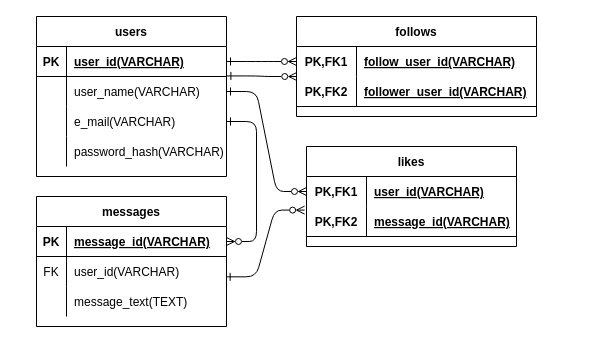
This is docs/ER.drawio from shinbunbun/sns, a draw.io file, before an edit. Source tidied: cells renumbered, new cells numbered last; positions are measured from the earlier drawing's top-left corner, leaving out a move shared by most shapes. Both pictures are drawn from the tidied source at 100%, with x=0, y=0 at pixel (36, 16).
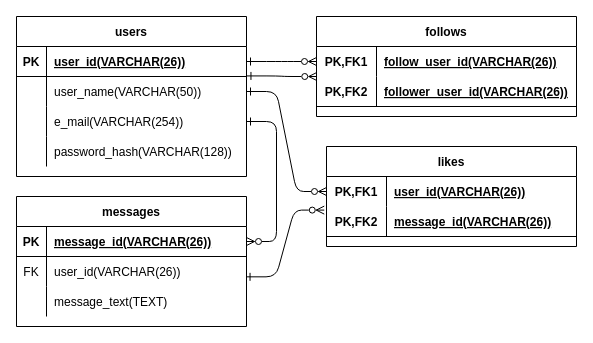
After the change.

Commit message (it also covers changes not shown here):
VARCHARの長さを追加

Change to the diagram source:
```diff
@@
     <mxCell id="2" value="users" style="shape=table;startSize=30;childLayout=tableLayout;rowLines=0;fontStyle=1;align=center;" parent="1" vertex="1">
-      <mxGeometry width="190" height="160" as="geometry" />
+      <mxGeometry x="-20" width="230" height="160" as="geometry" />
     </mxCell>
     <mxCell id="3" style="shape=partialRectangle;fillColor=none;top=0;left=0;bottom=1;right=0;points=[[0,0.5],[1,0.5]];portConstraint=eastwest;" parent="2" vertex="1">
-      <mxGeometry y="30" width="190" height="30" as="geometry" />
+      <mxGeometry y="30" width="230" height="30" as="geometry" />
     </mxCell>
@@
-    <mxCell id="5" value="user_id(VARCHAR)" style="shape=partialRectangle;fillColor=none;top=0;left=0;bottom=0;right=0;align=left;spacingLeft=6;fontStyle=5;overflow=hidden;" parent="3" vertex="1">
-      <mxGeometry x="30" width="160" height="30" as="geometry" />
+    <mxCell id="5" value="user_id(VARCHAR(26))" style="shape=partialRectangle;fillColor=none;top=0;left=0;bottom=0;right=0;align=left;spacingLeft=6;fontStyle=5;overflow=hidden;" parent="3" vertex="1">
+      <mxGeometry x="30" width="200" height="30" as="geometry" />
     </mxCell>
     <mxCell id="6" style="shape=partialRectangle;fillColor=none;top=0;left=0;bottom=0;right=0;points=[[0,0.5],[1,0.5]];portConstraint=eastwest;" parent="2" vertex="1">
-      <mxGeometry y="60" width="190" height="30" as="geometry" />
+      <mxGeometry y="60" width="230" height="30" as="geometry" />
     </mxCell>
@@
-    <mxCell id="8" value="user_name(VARCHAR)" style="shape=partialRectangle;fillColor=none;top=0;left=0;bottom=0;right=0;align=left;spacingLeft=6;overflow=hidden;" parent="6" vertex="1">
-      <mxGeometry x="30" width="160" height="30" as="geometry" />
+    <mxCell id="8" value="user_name(VARCHAR(50))" style="shape=partialRectangle;fillColor=none;top=0;left=0;bottom=0;right=0;align=left;spacingLeft=6;overflow=hidden;" parent="6" vertex="1">
+      <mxGeometry x="30" width="200" height="30" as="geometry" />
     </mxCell>
     <mxCell id="9" style="shape=partialRectangle;fillColor=none;top=0;left=0;bottom=0;right=0;points=[[0,0.5],[1,0.5]];portConstraint=eastwest;" parent="2" vertex="1">
-      <mxGeometry y="90" width="190" height="30" as="geometry" />
+      <mxGeometry y="90" width="230" height="30" as="geometry" />
     </mxCell>
@@
-    <mxCell id="11" value="e_mail(VARCHAR)" style="shape=partialRectangle;fillColor=none;top=0;left=0;bottom=0;right=0;align=left;spacingLeft=6;overflow=hidden;" parent="9" vertex="1">
-      <mxGeometry x="30" width="160" height="30" as="geometry" />
+    <mxCell id="11" value="e_mail(VARCHAR(254))" style="shape=partialRectangle;fillColor=none;top=0;left=0;bottom=0;right=0;align=left;spacingLeft=6;overflow=hidden;" parent="9" vertex="1">
+      <mxGeometry x="30" width="200" height="30" as="geometry" />
     </mxCell>
     <mxCell id="12" style="shape=partialRectangle;fillColor=none;top=0;left=0;bottom=0;right=0;" parent="2" vertex="1">
-      <mxGeometry y="120" width="190" height="30" as="geometry" />
+      <mxGeometry y="120" width="230" height="30" as="geometry" />
     </mxCell>
@@
-    <mxCell id="14" value="password_hash(VARCHAR)" style="shape=partialRectangle;fillColor=none;top=0;left=0;bottom=0;right=0;align=left;spacingLeft=6;overflow=hidden;" parent="12" vertex="1">
-      <mxGeometry x="30" width="160" height="30" as="geometry" />
+    <mxCell id="14" value="password_hash(VARCHAR(128))" style="shape=partialRectangle;fillColor=none;top=0;left=0;bottom=0;right=0;align=left;spacingLeft=6;overflow=hidden;" parent="12" vertex="1">
+      <mxGeometry x="30" width="200" height="30" as="geometry" />
     </mxCell>
@@
     <mxCell id="16" value="messages" style="shape=table;startSize=30;childLayout=tableLayout;rowLines=0;fontStyle=1;align=center;" parent="1" vertex="1">
-      <mxGeometry y="180" width="190" height="130" as="geometry" />
+      <mxGeometry x="-20" y="180" width="230" height="130" as="geometry" />
     </mxCell>
     <mxCell id="17" style="shape=partialRectangle;fillColor=none;top=0;left=0;bottom=1;right=0;points=[[0,0.5],[1,0.5]];portConstraint=eastwest;" parent="16" vertex="1">
-      <mxGeometry y="30" width="190" height="30" as="geometry" />
+      <mxGeometry y="30" width="230" height="30" as="geometry" />
     </mxCell>
@@
-    <mxCell id="19" value="message_id(VARCHAR)" style="shape=partialRectangle;fillColor=none;top=0;left=0;bottom=0;right=0;align=left;spacingLeft=6;fontStyle=5;overflow=hidden;" parent="17" vertex="1">
-      <mxGeometry x="30" width="160" height="30" as="geometry" />
+    <mxCell id="19" value="message_id(VARCHAR(26))" style="shape=partialRectangle;fillColor=none;top=0;left=0;bottom=0;right=0;align=left;spacingLeft=6;fontStyle=5;overflow=hidden;" parent="17" vertex="1">
+      <mxGeometry x="30" width="200" height="30" as="geometry" />
     </mxCell>
     <mxCell id="20" style="shape=partialRectangle;fillColor=none;top=0;left=0;bottom=0;right=0;points=[[0,0.5],[1,0.5]];portConstraint=eastwest;" parent="16" vertex="1">
-      <mxGeometry y="60" width="190" height="30" as="geometry" />
+      <mxGeometry y="60" width="230" height="30" as="geometry" />
     </mxCell>
@@
-    <mxCell id="22" value="user_id(VARCHAR)" style="shape=partialRectangle;fillColor=none;top=0;left=0;bottom=0;right=0;align=left;spacingLeft=6;overflow=hidden;" parent="20" vertex="1">
-      <mxGeometry x="30" width="160" height="30" as="geometry" />
+    <mxCell id="22" value="user_id(VARCHAR(26))" style="shape=partialRectangle;fillColor=none;top=0;left=0;bottom=0;right=0;align=left;spacingLeft=6;overflow=hidden;" parent="20" vertex="1">
+      <mxGeometry x="30" width="200" height="30" as="geometry" />
     </mxCell>
     <mxCell id="23" style="shape=partialRectangle;fillColor=none;top=0;left=0;bottom=0;right=0;" parent="16" vertex="1">
-      <mxGeometry y="90" width="190" height="30" as="geometry" />
+      <mxGeometry y="90" width="230" height="30" as="geometry" />
     </mxCell>
@@
     <mxCell id="25" value="message_text(TEXT)" style="shape=partialRectangle;fillColor=none;top=0;left=0;bottom=0;right=0;align=left;spacingLeft=6;overflow=hidden;" parent="23" vertex="1">
-      <mxGeometry x="30" width="160" height="30" as="geometry" />
+      <mxGeometry x="30" width="200" height="30" as="geometry" />
     </mxCell>
     <mxCell id="26" value="follows" style="shape=table;startSize=30;childLayout=tableLayout;rowLines=0;fontStyle=1;align=center;" parent="1" vertex="1">
-      <mxGeometry x="260" width="240" height="100" as="geometry" />
+      <mxGeometry x="280" width="260" height="100" as="geometry" />
     </mxCell>
     <mxCell id="27" style="shape=partialRectangle;fillColor=none;top=0;left=0;bottom=0;right=0;points=[[0,0.5],[1,0.5]];portConstraint=eastwest;" parent="26" vertex="1">
-      <mxGeometry y="30" width="240" height="30" as="geometry" />
+      <mxGeometry y="30" width="260" height="30" as="geometry" />
     </mxCell>
@@
-    <mxCell id="29" value="follow_user_id(VARCHAR)" style="shape=partialRectangle;fillColor=none;top=0;left=0;bottom=0;right=0;align=left;spacingLeft=6;fontStyle=5;overflow=hidden;" parent="27" vertex="1">
-      <mxGeometry x="60" width="180" height="30" as="geometry" />
+    <mxCell id="29" value="follow_user_id(VARCHAR(26))" style="shape=partialRectangle;fillColor=none;top=0;left=0;bottom=0;right=0;align=left;spacingLeft=6;fontStyle=5;overflow=hidden;" parent="27" vertex="1">
+      <mxGeometry x="60" width="200" height="30" as="geometry" />
     </mxCell>
     <mxCell id="30" style="shape=partialRectangle;fillColor=none;top=0;left=0;bottom=1;right=0;points=[[0,0.5],[1,0.5]];portConstraint=eastwest;" parent="26" vertex="1">
-      <mxGeometry y="60" width="240" height="30" as="geometry" />
+      <mxGeometry y="60" width="260" height="30" as="geometry" />
     </mxCell>
@@
-    <mxCell id="32" value="follower_user_id(VARCHAR)" style="shape=partialRectangle;fillColor=none;top=0;left=0;bottom=0;right=0;align=left;spacingLeft=6;fontStyle=5;overflow=hidden;" parent="30" vertex="1">
-      <mxGeometry x="60" width="180" height="30" as="geometry" />
+    <mxCell id="32" value="follower_user_id(VARCHAR(26))" style="shape=partialRectangle;fillColor=none;top=0;left=0;bottom=0;right=0;align=left;spacingLeft=6;fontStyle=5;overflow=hidden;" parent="30" vertex="1">
+      <mxGeometry x="60" width="200" height="30" as="geometry" />
     </mxCell>
     <mxCell id="33" value="likes" style="shape=table;startSize=30;childLayout=tableLayout;rowLines=0;fontStyle=1;align=center;" parent="1" vertex="1">
-      <mxGeometry x="270" y="130" width="210" height="100" as="geometry" />
+      <mxGeometry x="290" y="130" width="250" height="100" as="geometry" />
     </mxCell>
     <mxCell id="34" style="shape=partialRectangle;fillColor=none;top=0;left=0;bottom=0;right=0;points=[[0,0.5],[1,0.5]];portConstraint=eastwest;" parent="33" vertex="1">
-      <mxGeometry y="30" width="210" height="30" as="geometry" />
+      <mxGeometry y="30" width="250" height="30" as="geometry" />
     </mxCell>
@@
-    <mxCell id="36" value="user_id(VARCHAR)" style="shape=partialRectangle;fillColor=none;top=0;left=0;bottom=0;right=0;align=left;spacingLeft=6;fontStyle=5;overflow=hidden;" parent="34" vertex="1">
-      <mxGeometry x="60" width="150" height="30" as="geometry" />
+    <mxCell id="36" value="user_id(VARCHAR(26))" style="shape=partialRectangle;fillColor=none;top=0;left=0;bottom=0;right=0;align=left;spacingLeft=6;fontStyle=5;overflow=hidden;" parent="34" vertex="1">
+      <mxGeometry x="60" width="190" height="30" as="geometry" />
     </mxCell>
     <mxCell id="37" style="shape=partialRectangle;fillColor=none;top=0;left=0;bottom=1;right=0;" parent="33" vertex="1">
-      <mxGeometry y="60" width="210" height="30" as="geometry" />
+      <mxGeometry y="60" width="250" height="30" as="geometry" />
     </mxCell>
@@
-    <mxCell id="39" value="message_id(VARCHAR)" style="shape=partialRectangle;fillColor=none;top=0;left=0;bottom=0;right=0;align=left;spacingLeft=6;fontStyle=5;overflow=hidden;" parent="37" vertex="1">
-      <mxGeometry x="60" width="150" height="30" as="geometry" />
+    <mxCell id="39" value="message_id(VARCHAR(26))" style="shape=partialRectangle;fillColor=none;top=0;left=0;bottom=0;right=0;align=left;spacingLeft=6;fontStyle=5;overflow=hidden;" parent="37" vertex="1">
+      <mxGeometry x="60" width="190" height="30" as="geometry" />
     </mxCell>
```
